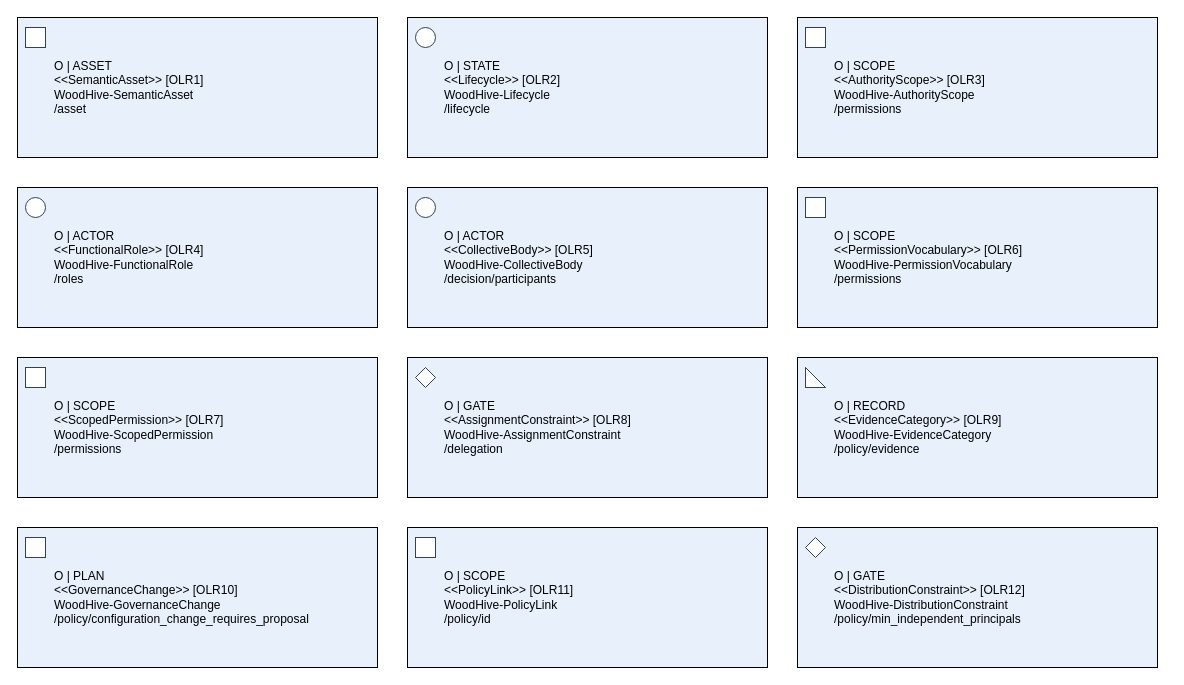
This is reproducibility/paper-b/models/extended-views/Organization.drawio from alexbafana/MKM-POL21-2025, a draw.io file, before an edit. Source tidied: cells renumbered, new cells numbered last; positions are measured from the earlier drawing's top-left corner, leaving out a move shared by most shapes. Both pictures are drawn from the tidied source at 100%, with x=0, y=0 at pixel (17, 17).
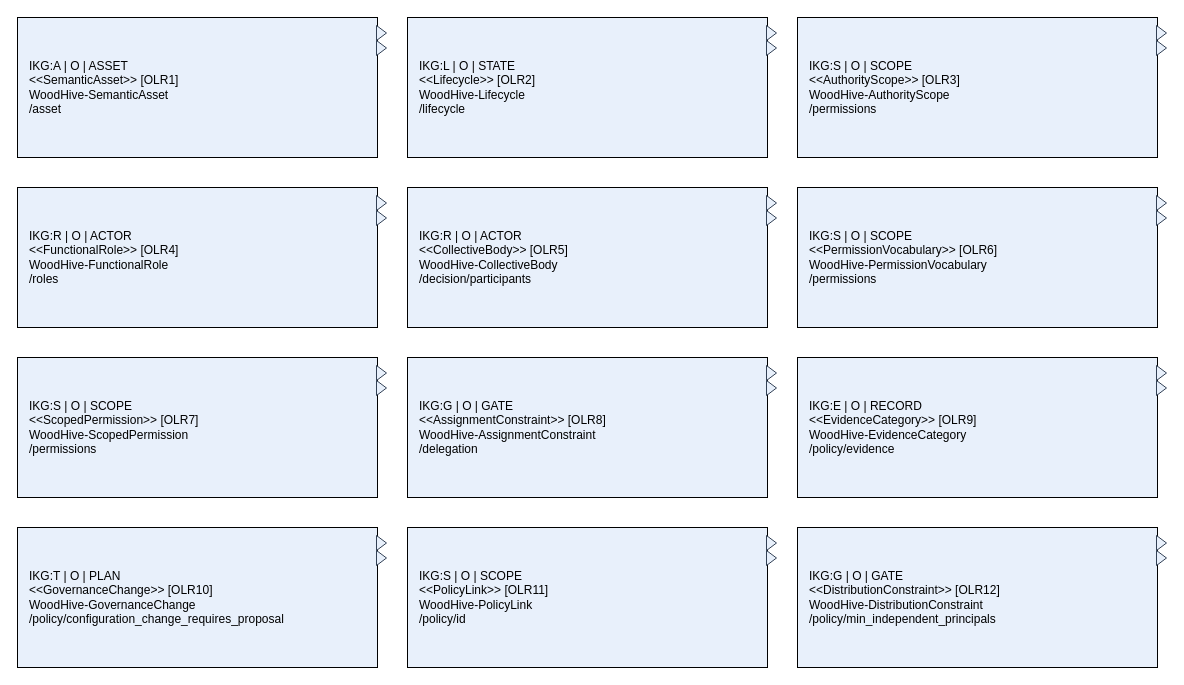
The same diagram, later.

Diff of the diagram source:
```diff
@@
-    <mxCell id="2" value="O | ASSET&#10;&lt;&lt;SemanticAsset&gt;&gt; [OLR1]&#10;WoodHive-SemanticAsset&#10;/asset" style="rounded=0;whiteSpace=wrap;html=0;align=left;spacingLeft=35;fillColor=#e8f0fb;" parent="1" vertex="1">
+    <mxCell id="2" value="IKG:A | O | ASSET&#10;&lt;&lt;SemanticAsset&gt;&gt; [OLR1]&#10;WoodHive-SemanticAsset&#10;/asset" style="rounded=0;whiteSpace=wrap;html=0;align=left;spacingLeft=10;fillColor=#e8f0fb;" parent="1" vertex="1">
       <mxGeometry width="360" height="140" as="geometry" />
     </mxCell>
-    <mxCell id="3" style="shape=rectangle;fillColor=#ffffff;strokeColor=#334155;" parent="2" vertex="1">
-      <mxGeometry x="8" y="10" width="20" height="20" as="geometry" />
-    </mxCell>
+    <mxCell id="26" style="shape=triangle;direction=east;fillColor=#e8f0fb;strokeColor=#334155;" parent="2" vertex="1">
+      <mxGeometry x="359" y="8" width="10" height="15" as="geometry" />
+    </mxCell>
+    <mxCell id="27" style="shape=triangle;direction=east;fillColor=#e8f0fb;strokeColor=#334155;" parent="2" vertex="1">
+      <mxGeometry x="359" y="23" width="10" height="15" as="geometry" />
+    </mxCell>
-    <mxCell id="4" value="O | STATE&#10;&lt;&lt;Lifecycle&gt;&gt; [OLR2]&#10;WoodHive-Lifecycle&#10;/lifecycle" style="rounded=0;whiteSpace=wrap;html=0;align=left;spacingLeft=35;fillColor=#e8f0fb;" parent="1" vertex="1">
+    <mxCell id="4" value="IKG:L | O | STATE&#10;&lt;&lt;Lifecycle&gt;&gt; [OLR2]&#10;WoodHive-Lifecycle&#10;/lifecycle" style="rounded=0;whiteSpace=wrap;html=0;align=left;spacingLeft=10;fillColor=#e8f0fb;" parent="1" vertex="1">
       <mxGeometry x="390" width="360" height="140" as="geometry" />
     </mxCell>
-    <mxCell id="5" style="shape=ellipse;fillColor=#ffffff;strokeColor=#334155;" parent="4" vertex="1">
-      <mxGeometry x="8" y="10" width="20" height="20" as="geometry" />
-    </mxCell>
+    <mxCell id="28" style="shape=triangle;direction=east;fillColor=#e8f0fb;strokeColor=#334155;" parent="4" vertex="1">
+      <mxGeometry x="359" y="8" width="10" height="15" as="geometry" />
+    </mxCell>
+    <mxCell id="29" style="shape=triangle;direction=east;fillColor=#e8f0fb;strokeColor=#334155;" parent="4" vertex="1">
+      <mxGeometry x="359" y="23" width="10" height="15" as="geometry" />
+    </mxCell>
-    <mxCell id="6" value="O | SCOPE&#10;&lt;&lt;AuthorityScope&gt;&gt; [OLR3]&#10;WoodHive-AuthorityScope&#10;/permissions" style="rounded=0;whiteSpace=wrap;html=0;align=left;spacingLeft=35;fillColor=#e8f0fb;" parent="1" vertex="1">
+    <mxCell id="6" value="IKG:S | O | SCOPE&#10;&lt;&lt;AuthorityScope&gt;&gt; [OLR3]&#10;WoodHive-AuthorityScope&#10;/permissions" style="rounded=0;whiteSpace=wrap;html=0;align=left;spacingLeft=10;fillColor=#e8f0fb;" parent="1" vertex="1">
       <mxGeometry x="780" width="360" height="140" as="geometry" />
     </mxCell>
-    <mxCell id="7" style="shape=rectangle;fillColor=#ffffff;strokeColor=#334155;" parent="6" vertex="1">
-      <mxGeometry x="8" y="10" width="20" height="20" as="geometry" />
-    </mxCell>
+    <mxCell id="30" style="shape=triangle;direction=east;fillColor=#e8f0fb;strokeColor=#334155;" parent="6" vertex="1">
+      <mxGeometry x="359" y="8" width="10" height="15" as="geometry" />
+    </mxCell>
+    <mxCell id="31" style="shape=triangle;direction=east;fillColor=#e8f0fb;strokeColor=#334155;" parent="6" vertex="1">
+      <mxGeometry x="359" y="23" width="10" height="15" as="geometry" />
+    </mxCell>
-    <mxCell id="8" value="O | ACTOR&#10;&lt;&lt;FunctionalRole&gt;&gt; [OLR4]&#10;WoodHive-FunctionalRole&#10;/roles" style="rounded=0;whiteSpace=wrap;html=0;align=left;spacingLeft=35;fillColor=#e8f0fb;" parent="1" vertex="1">
+    <mxCell id="8" value="IKG:R | O | ACTOR&#10;&lt;&lt;FunctionalRole&gt;&gt; [OLR4]&#10;WoodHive-FunctionalRole&#10;/roles" style="rounded=0;whiteSpace=wrap;html=0;align=left;spacingLeft=10;fillColor=#e8f0fb;" parent="1" vertex="1">
       <mxGeometry y="170" width="360" height="140" as="geometry" />
     </mxCell>
-    <mxCell id="9" style="shape=ellipse;fillColor=#ffffff;strokeColor=#334155;" parent="8" vertex="1">
-      <mxGeometry x="8" y="10" width="20" height="20" as="geometry" />
-    </mxCell>
+    <mxCell id="32" style="shape=triangle;direction=east;fillColor=#e8f0fb;strokeColor=#334155;" parent="8" vertex="1">
+      <mxGeometry x="359" y="8" width="10" height="15" as="geometry" />
+    </mxCell>
+    <mxCell id="33" style="shape=triangle;direction=east;fillColor=#e8f0fb;strokeColor=#334155;" parent="8" vertex="1">
+      <mxGeometry x="359" y="23" width="10" height="15" as="geometry" />
+    </mxCell>
-    <mxCell id="10" value="O | ACTOR&#10;&lt;&lt;CollectiveBody&gt;&gt; [OLR5]&#10;WoodHive-CollectiveBody&#10;/decision/participants" style="rounded=0;whiteSpace=wrap;html=0;align=left;spacingLeft=35;fillColor=#e8f0fb;" parent="1" vertex="1">
+    <mxCell id="10" value="IKG:R | O | ACTOR&#10;&lt;&lt;CollectiveBody&gt;&gt; [OLR5]&#10;WoodHive-CollectiveBody&#10;/decision/participants" style="rounded=0;whiteSpace=wrap;html=0;align=left;spacingLeft=10;fillColor=#e8f0fb;" parent="1" vertex="1">
       <mxGeometry x="390" y="170" width="360" height="140" as="geometry" />
     </mxCell>
-    <mxCell id="11" style="shape=ellipse;fillColor=#ffffff;strokeColor=#334155;" parent="10" vertex="1">
-      <mxGeometry x="8" y="10" width="20" height="20" as="geometry" />
-    </mxCell>
+    <mxCell id="34" style="shape=triangle;direction=east;fillColor=#e8f0fb;strokeColor=#334155;" parent="10" vertex="1">
+      <mxGeometry x="359" y="8" width="10" height="15" as="geometry" />
+    </mxCell>
+    <mxCell id="35" style="shape=triangle;direction=east;fillColor=#e8f0fb;strokeColor=#334155;" parent="10" vertex="1">
+      <mxGeometry x="359" y="23" width="10" height="15" as="geometry" />
+    </mxCell>
-    <mxCell id="12" value="O | SCOPE&#10;&lt;&lt;PermissionVocabulary&gt;&gt; [OLR6]&#10;WoodHive-PermissionVocabulary&#10;/permissions" style="rounded=0;whiteSpace=wrap;html=0;align=left;spacingLeft=35;fillColor=#e8f0fb;" parent="1" vertex="1">
+    <mxCell id="12" value="IKG:S | O | SCOPE&#10;&lt;&lt;PermissionVocabulary&gt;&gt; [OLR6]&#10;WoodHive-PermissionVocabulary&#10;/permissions" style="rounded=0;whiteSpace=wrap;html=0;align=left;spacingLeft=10;fillColor=#e8f0fb;" parent="1" vertex="1">
       <mxGeometry x="780" y="170" width="360" height="140" as="geometry" />
     </mxCell>
-    <mxCell id="13" style="shape=rectangle;fillColor=#ffffff;strokeColor=#334155;" parent="12" vertex="1">
-      <mxGeometry x="8" y="10" width="20" height="20" as="geometry" />
-    </mxCell>
+    <mxCell id="36" style="shape=triangle;direction=east;fillColor=#e8f0fb;strokeColor=#334155;" parent="12" vertex="1">
+      <mxGeometry x="359" y="8" width="10" height="15" as="geometry" />
+    </mxCell>
+    <mxCell id="37" style="shape=triangle;direction=east;fillColor=#e8f0fb;strokeColor=#334155;" parent="12" vertex="1">
+      <mxGeometry x="359" y="23" width="10" height="15" as="geometry" />
+    </mxCell>
-    <mxCell id="14" value="O | SCOPE&#10;&lt;&lt;ScopedPermission&gt;&gt; [OLR7]&#10;WoodHive-ScopedPermission&#10;/permissions" style="rounded=0;whiteSpace=wrap;html=0;align=left;spacingLeft=35;fillColor=#e8f0fb;" parent="1" vertex="1">
+    <mxCell id="14" value="IKG:S | O | SCOPE&#10;&lt;&lt;ScopedPermission&gt;&gt; [OLR7]&#10;WoodHive-ScopedPermission&#10;/permissions" style="rounded=0;whiteSpace=wrap;html=0;align=left;spacingLeft=10;fillColor=#e8f0fb;" parent="1" vertex="1">
       <mxGeometry y="340" width="360" height="140" as="geometry" />
     </mxCell>
-    <mxCell id="15" style="shape=rectangle;fillColor=#ffffff;strokeColor=#334155;" parent="14" vertex="1">
-      <mxGeometry x="8" y="10" width="20" height="20" as="geometry" />
-    </mxCell>
+    <mxCell id="38" style="shape=triangle;direction=east;fillColor=#e8f0fb;strokeColor=#334155;" parent="14" vertex="1">
+      <mxGeometry x="359" y="8" width="10" height="15" as="geometry" />
+    </mxCell>
+    <mxCell id="39" style="shape=triangle;direction=east;fillColor=#e8f0fb;strokeColor=#334155;" parent="14" vertex="1">
+      <mxGeometry x="359" y="23" width="10" height="15" as="geometry" />
+    </mxCell>
-    <mxCell id="16" value="O | GATE&#10;&lt;&lt;AssignmentConstraint&gt;&gt; [OLR8]&#10;WoodHive-AssignmentConstraint&#10;/delegation" style="rounded=0;whiteSpace=wrap;html=0;align=left;spacingLeft=35;fillColor=#e8f0fb;" parent="1" vertex="1">
+    <mxCell id="16" value="IKG:G | O | GATE&#10;&lt;&lt;AssignmentConstraint&gt;&gt; [OLR8]&#10;WoodHive-AssignmentConstraint&#10;/delegation" style="rounded=0;whiteSpace=wrap;html=0;align=left;spacingLeft=10;fillColor=#e8f0fb;" parent="1" vertex="1">
       <mxGeometry x="390" y="340" width="360" height="140" as="geometry" />
     </mxCell>
-    <mxCell id="17" style="shape=rhombus;fillColor=#ffffff;strokeColor=#334155;" parent="16" vertex="1">
-      <mxGeometry x="8" y="10" width="20" height="20" as="geometry" />
-    </mxCell>
+    <mxCell id="40" style="shape=triangle;direction=east;fillColor=#e8f0fb;strokeColor=#334155;" parent="16" vertex="1">
+      <mxGeometry x="359" y="8" width="10" height="15" as="geometry" />
+    </mxCell>
+    <mxCell id="41" style="shape=triangle;direction=east;fillColor=#e8f0fb;strokeColor=#334155;" parent="16" vertex="1">
+      <mxGeometry x="359" y="23" width="10" height="15" as="geometry" />
+    </mxCell>
-    <mxCell id="18" value="O | RECORD&#10;&lt;&lt;EvidenceCategory&gt;&gt; [OLR9]&#10;WoodHive-EvidenceCategory&#10;/policy/evidence" style="rounded=0;whiteSpace=wrap;html=0;align=left;spacingLeft=35;fillColor=#e8f0fb;" parent="1" vertex="1">
+    <mxCell id="18" value="IKG:E | O | RECORD&#10;&lt;&lt;EvidenceCategory&gt;&gt; [OLR9]&#10;WoodHive-EvidenceCategory&#10;/policy/evidence" style="rounded=0;whiteSpace=wrap;html=0;align=left;spacingLeft=10;fillColor=#e8f0fb;" parent="1" vertex="1">
       <mxGeometry x="780" y="340" width="360" height="140" as="geometry" />
     </mxCell>
-    <mxCell id="19" style="shape=note;fillColor=#ffffff;strokeColor=#334155;" parent="18" vertex="1">
-      <mxGeometry x="8" y="10" width="20" height="20" as="geometry" />
-    </mxCell>
+    <mxCell id="42" style="shape=triangle;direction=east;fillColor=#e8f0fb;strokeColor=#334155;" parent="18" vertex="1">
+      <mxGeometry x="359" y="8" width="10" height="15" as="geometry" />
+    </mxCell>
+    <mxCell id="43" style="shape=triangle;direction=east;fillColor=#e8f0fb;strokeColor=#334155;" parent="18" vertex="1">
+      <mxGeometry x="359" y="23" width="10" height="15" as="geometry" />
+    </mxCell>
-    <mxCell id="20" value="O | PLAN&#10;&lt;&lt;GovernanceChange&gt;&gt; [OLR10]&#10;WoodHive-GovernanceChange&#10;/policy/configuration_change_requires_proposal" style="rounded=0;whiteSpace=wrap;html=0;align=left;spacingLeft=35;fillColor=#e8f0fb;" parent="1" vertex="1">
+    <mxCell id="20" value="IKG:T | O | PLAN&#10;&lt;&lt;GovernanceChange&gt;&gt; [OLR10]&#10;WoodHive-GovernanceChange&#10;/policy/configuration_change_requires_proposal" style="rounded=0;whiteSpace=wrap;html=0;align=left;spacingLeft=10;fillColor=#e8f0fb;" parent="1" vertex="1">
       <mxGeometry y="510" width="360" height="140" as="geometry" />
     </mxCell>
-    <mxCell id="21" style="shape=rectangle;fillColor=#ffffff;strokeColor=#334155;" parent="20" vertex="1">
-      <mxGeometry x="8" y="10" width="20" height="20" as="geometry" />
-    </mxCell>
+    <mxCell id="44" style="shape=triangle;direction=east;fillColor=#e8f0fb;strokeColor=#334155;" parent="20" vertex="1">
+      <mxGeometry x="359" y="8" width="10" height="15" as="geometry" />
+    </mxCell>
+    <mxCell id="45" style="shape=triangle;direction=east;fillColor=#e8f0fb;strokeColor=#334155;" parent="20" vertex="1">
+      <mxGeometry x="359" y="23" width="10" height="15" as="geometry" />
+    </mxCell>
-    <mxCell id="22" value="O | SCOPE&#10;&lt;&lt;PolicyLink&gt;&gt; [OLR11]&#10;WoodHive-PolicyLink&#10;/policy/id" style="rounded=0;whiteSpace=wrap;html=0;align=left;spacingLeft=35;fillColor=#e8f0fb;" parent="1" vertex="1">
+    <mxCell id="22" value="IKG:S | O | SCOPE&#10;&lt;&lt;PolicyLink&gt;&gt; [OLR11]&#10;WoodHive-PolicyLink&#10;/policy/id" style="rounded=0;whiteSpace=wrap;html=0;align=left;spacingLeft=10;fillColor=#e8f0fb;" parent="1" vertex="1">
       <mxGeometry x="390" y="510" width="360" height="140" as="geometry" />
     </mxCell>
-    <mxCell id="23" style="shape=rectangle;fillColor=#ffffff;strokeColor=#334155;" parent="22" vertex="1">
-      <mxGeometry x="8" y="10" width="20" height="20" as="geometry" />
-    </mxCell>
+    <mxCell id="46" style="shape=triangle;direction=east;fillColor=#e8f0fb;strokeColor=#334155;" parent="22" vertex="1">
+      <mxGeometry x="359" y="8" width="10" height="15" as="geometry" />
+    </mxCell>
+    <mxCell id="47" style="shape=triangle;direction=east;fillColor=#e8f0fb;strokeColor=#334155;" parent="22" vertex="1">
+      <mxGeometry x="359" y="23" width="10" height="15" as="geometry" />
+    </mxCell>
-    <mxCell id="24" value="O | GATE&#10;&lt;&lt;DistributionConstraint&gt;&gt; [OLR12]&#10;WoodHive-DistributionConstraint&#10;/policy/min_independent_principals" style="rounded=0;whiteSpace=wrap;html=0;align=left;spacingLeft=35;fillColor=#e8f0fb;" parent="1" vertex="1">
+    <mxCell id="24" value="IKG:G | O | GATE&#10;&lt;&lt;DistributionConstraint&gt;&gt; [OLR12]&#10;WoodHive-DistributionConstraint&#10;/policy/min_independent_principals" style="rounded=0;whiteSpace=wrap;html=0;align=left;spacingLeft=10;fillColor=#e8f0fb;" parent="1" vertex="1">
       <mxGeometry x="780" y="510" width="360" height="140" as="geometry" />
     </mxCell>
-    <mxCell id="25" style="shape=rhombus;fillColor=#ffffff;strokeColor=#334155;" parent="24" vertex="1">
-      <mxGeometry x="8" y="10" width="20" height="20" as="geometry" />
-    </mxCell>
+    <mxCell id="48" style="shape=triangle;direction=east;fillColor=#e8f0fb;strokeColor=#334155;" parent="24" vertex="1">
+      <mxGeometry x="359" y="8" width="10" height="15" as="geometry" />
+    </mxCell>
+    <mxCell id="49" style="shape=triangle;direction=east;fillColor=#e8f0fb;strokeColor=#334155;" parent="24" vertex="1">
+      <mxGeometry x="359" y="23" width="10" height="15" as="geometry" />
+    </mxCell>
```
